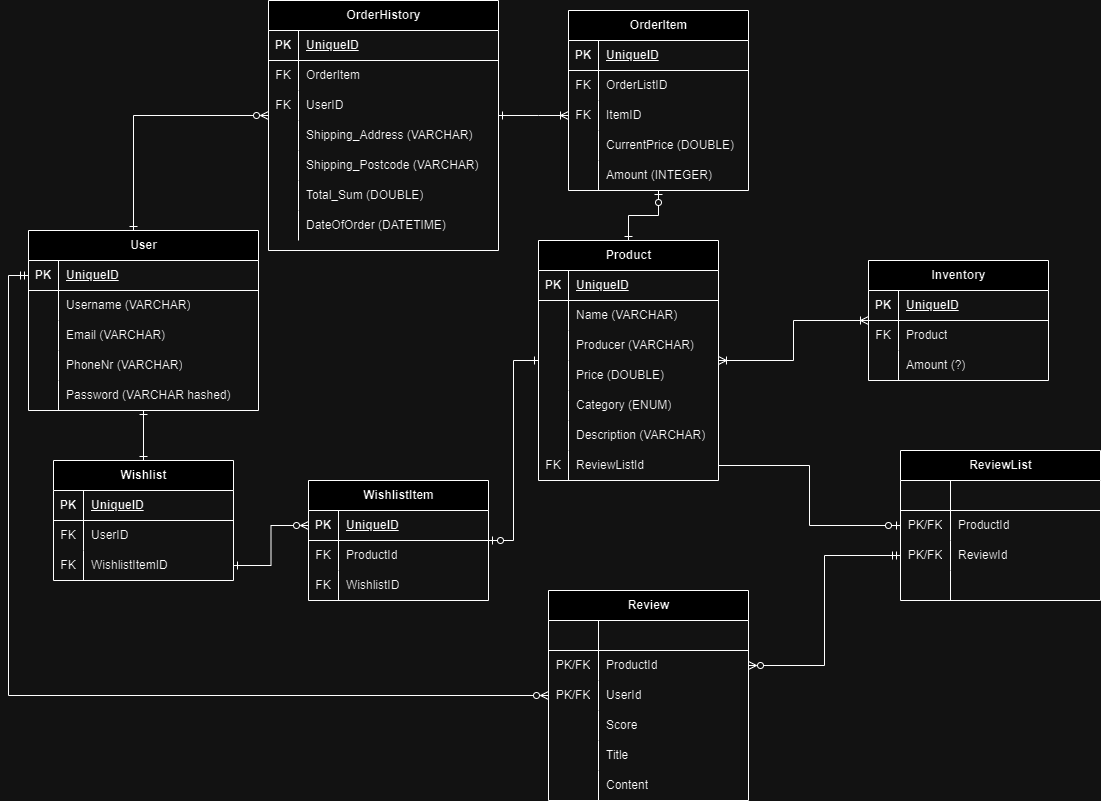
Before: Documentation/ER diagram.png, a diagram exported from draw.io (TheGrevling/Project-Marketplace-Backend). Source tidied: cells renumbered, new cells last; positions are measured from the earlier drawing's top-left corner, leaving out a move shared by most shapes.
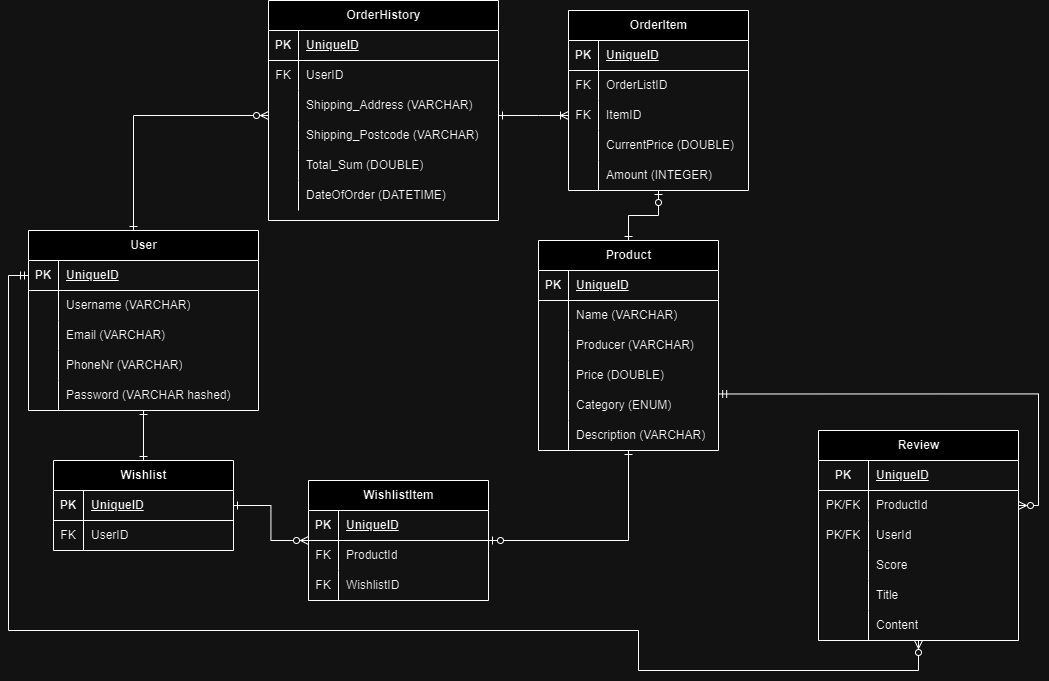
Later version of the same file.

Diff of the diagram source:
```diff
@@ -69,7 +69,7 @@
       </mxGeometry>
     </mxCell>
     <mxCell id="21" value="OrderHistory" style="shape=table;startSize=30;rowLines=0;fontStyle=1;align=center;html=1;" parent="1" vertex="1">
-      <mxGeometry x="240" width="230" height="250" as="geometry" />
+      <mxGeometry x="240" width="230" height="220" as="geometry" />
     </mxCell>
     <mxCell id="22" style="shape=tableRow;horizontal=0;startSize=0;swimlaneHead=0;swimlaneBody=0;fillColor=none;top=0;left=0;right=0;bottom=1;" parent="21" vertex="1">
       <mxGeometry y="30" width="230" height="30" as="geometry" />
@@ -80,17 +80,8 @@
     <mxCell id="24" value="UniqueID" style="shape=partialRectangle;fillColor=none;top=0;left=0;bottom=0;right=0;align=left;spacingLeft=6;fontStyle=5;overflow=hidden;whiteSpace=wrap;html=1;" parent="22" vertex="1">
       <mxGeometry x="30" width="200" height="30" as="geometry" />
     </mxCell>
-    <mxCell id="25" style="shape=tableRow;horizontal=0;startSize=0;swimlaneHead=0;swimlaneBody=0;fillColor=none;top=0;left=0;right=0;bottom=0;" parent="21" vertex="1">
-      <mxGeometry y="60" width="230" height="30" as="geometry" />
-    </mxCell>
-    <mxCell id="26" value="FK" style="shape=partialRectangle;fillColor=none;top=0;left=0;bottom=0;right=0;overflow=hidden;whiteSpace=wrap;html=1;" parent="25" vertex="1">
-      <mxGeometry width="30" height="30" as="geometry" />
-    </mxCell>
-    <mxCell id="27" value="OrderItem" style="shape=partialRectangle;fillColor=none;top=0;left=0;bottom=0;right=0;align=left;spacingLeft=6;overflow=hidden;whiteSpace=wrap;html=1;" parent="25" vertex="1">
-      <mxGeometry x="30" width="200" height="30" as="geometry" />
-    </mxCell>
     <mxCell id="28" style="shape=tableRow;horizontal=0;startSize=0;swimlaneHead=0;swimlaneBody=0;fillColor=none;top=0;left=0;right=0;bottom=0;" parent="21" vertex="1">
-      <mxGeometry y="90" width="230" height="30" as="geometry" />
+      <mxGeometry y="60" width="230" height="30" as="geometry" />
     </mxCell>
     <mxCell id="29" value="FK" style="shape=partialRectangle;fillColor=none;top=0;left=0;bottom=0;right=0;overflow=hidden;whiteSpace=wrap;html=1;" parent="28" vertex="1">
       <mxGeometry width="30" height="30" as="geometry" />
@@ -99,7 +90,7 @@
       <mxGeometry x="30" width="200" height="30" as="geometry" />
     </mxCell>
     <mxCell id="31" style="shape=tableRow;horizontal=0;startSize=0;swimlaneHead=0;swimlaneBody=0;fillColor=none;top=0;left=0;right=0;bottom=0;" parent="21" vertex="1">
-      <mxGeometry y="120" width="230" height="30" as="geometry" />
+      <mxGeometry y="90" width="230" height="30" as="geometry" />
     </mxCell>
     <mxCell id="32" style="shape=partialRectangle;fillColor=none;top=0;left=0;bottom=0;right=0;overflow=hidden;whiteSpace=wrap;html=1;" parent="31" vertex="1">
       <mxGeometry width="30" height="30" as="geometry" />
@@ -108,7 +99,7 @@
       <mxGeometry x="30" width="200" height="30" as="geometry" />
     </mxCell>
     <mxCell id="34" style="shape=tableRow;horizontal=0;startSize=0;swimlaneHead=0;swimlaneBody=0;fillColor=none;top=0;left=0;right=0;bottom=0;" parent="21" vertex="1">
-      <mxGeometry y="150" width="230" height="30" as="geometry" />
+      <mxGeometry y="120" width="230" height="30" as="geometry" />
     </mxCell>
     <mxCell id="35" style="shape=partialRectangle;fillColor=none;top=0;left=0;bottom=0;right=0;overflow=hidden;whiteSpace=wrap;html=1;" parent="34" vertex="1">
       <mxGeometry width="30" height="30" as="geometry" />
@@ -117,7 +108,7 @@
       <mxGeometry x="30" width="200" height="30" as="geometry" />
     </mxCell>
     <mxCell id="37" style="shape=tableRow;horizontal=0;startSize=0;swimlaneHead=0;swimlaneBody=0;fillColor=none;top=0;left=0;right=0;bottom=0;" parent="21" vertex="1">
-      <mxGeometry y="180" width="230" height="30" as="geometry" />
+      <mxGeometry y="150" width="230" height="30" as="geometry" />
     </mxCell>
     <mxCell id="38" style="shape=partialRectangle;fillColor=none;top=0;left=0;bottom=0;right=0;overflow=hidden;whiteSpace=wrap;html=1;" parent="37" vertex="1">
       <mxGeometry width="30" height="30" as="geometry" />
@@ -126,7 +117,7 @@
       <mxGeometry x="30" width="200" height="30" as="geometry" />
     </mxCell>
     <mxCell id="40" style="shape=tableRow;horizontal=0;startSize=0;swimlaneHead=0;swimlaneBody=0;fillColor=none;top=0;left=0;right=0;bottom=0;" parent="21" vertex="1">
-      <mxGeometry y="210" width="230" height="30" as="geometry" />
+      <mxGeometry y="180" width="230" height="30" as="geometry" />
     </mxCell>
     <mxCell id="41" style="shape=partialRectangle;fillColor=none;top=0;left=0;bottom=0;right=0;overflow=hidden;whiteSpace=wrap;html=1;" parent="40" vertex="1">
       <mxGeometry width="30" height="30" as="geometry" />
@@ -138,7 +129,7 @@
       <mxGeometry relative="1" as="geometry" />
     </mxCell>
     <mxCell id="44" value="Product" style="shape=table;startSize=30;rowLines=0;fontStyle=1;align=center;html=1;" parent="1" vertex="1">
-      <mxGeometry x="510" y="240" width="180" height="240" as="geometry" />
+      <mxGeometry x="510" y="240" width="180" height="210" as="geometry" />
     </mxCell>
     <mxCell id="45" style="shape=tableRow;horizontal=0;startSize=0;swimlaneHead=0;swimlaneBody=0;fillColor=none;top=0;left=0;right=0;bottom=1;" parent="44" vertex="1">
       <mxGeometry y="30" width="180" height="30" as="geometry" />
@@ -194,53 +185,14 @@
     <mxCell id="62" value="Description (VARCHAR)" style="shape=partialRectangle;fillColor=none;top=0;left=0;bottom=0;right=0;align=left;spacingLeft=6;overflow=hidden;whiteSpace=wrap;html=1;" parent="60" vertex="1">
       <mxGeometry x="30" width="150" height="30" as="geometry" />
     </mxCell>
-    <mxCell id="63" style="shape=tableRow;horizontal=0;startSize=0;swimlaneHead=0;swimlaneBody=0;fillColor=none;points=[[0,0.5],[1,0.5]];portConstraint=eastwest;top=0;left=0;right=0;bottom=0;" parent="44" vertex="1">
-      <mxGeometry y="210" width="180" height="30" as="geometry" />
-    </mxCell>
-    <mxCell id="64" value="FK" style="shape=partialRectangle;fillColor=none;top=0;left=0;bottom=0;right=0;overflow=hidden;whiteSpace=wrap;html=1;" parent="63" vertex="1">
-      <mxGeometry width="30" height="30" as="geometry" />
-    </mxCell>
-    <mxCell id="65" value="ReviewListId" style="shape=partialRectangle;fillColor=none;top=0;left=0;bottom=0;right=0;align=left;spacingLeft=6;overflow=hidden;whiteSpace=wrap;html=1;" parent="63" vertex="1">
-      <mxGeometry x="30" width="150" height="30" as="geometry" />
-    </mxCell>
-    <mxCell id="66" style="edgeStyle=orthogonalEdgeStyle;rounded=0;jettySize=auto;html=1;startArrow=ERoneToMany;startFill=0;endArrow=ERoneToMany;endFill=0;" parent="1" edge="1" source="67" target="44">
-      <mxGeometry relative="1" as="geometry" />
-    </mxCell>
-    <mxCell id="67" value="Inventory" style="shape=table;startSize=30;rowLines=0;fontStyle=1;align=center;html=1;" parent="1" vertex="1">
-      <mxGeometry x="840" y="260" width="180" height="120" as="geometry" />
-    </mxCell>
-    <mxCell id="68" style="shape=tableRow;horizontal=0;startSize=0;swimlaneHead=0;swimlaneBody=0;fillColor=none;top=0;left=0;right=0;bottom=1;" parent="67" vertex="1">
-      <mxGeometry y="30" width="180" height="30" as="geometry" />
-    </mxCell>
-    <mxCell id="69" value="PK" style="shape=partialRectangle;fillColor=none;top=0;left=0;bottom=0;right=0;fontStyle=1;overflow=hidden;whiteSpace=wrap;html=1;" parent="68" vertex="1">
-      <mxGeometry width="30" height="30" as="geometry" />
-    </mxCell>
-    <mxCell id="70" value="UniqueID" style="shape=partialRectangle;fillColor=none;top=0;left=0;bottom=0;right=0;align=left;spacingLeft=6;fontStyle=5;overflow=hidden;whiteSpace=wrap;html=1;" parent="68" vertex="1">
-      <mxGeometry x="30" width="150" height="30" as="geometry" />
-    </mxCell>
-    <mxCell id="71" style="shape=tableRow;horizontal=0;startSize=0;swimlaneHead=0;swimlaneBody=0;fillColor=none;top=0;left=0;right=0;bottom=0;" parent="67" vertex="1">
-      <mxGeometry y="60" width="180" height="30" as="geometry" />
-    </mxCell>
-    <mxCell id="72" value="FK" style="shape=partialRectangle;fillColor=none;top=0;left=0;bottom=0;right=0;overflow=hidden;whiteSpace=wrap;html=1;" parent="71" vertex="1">
-      <mxGeometry width="30" height="30" as="geometry" />
-    </mxCell>
-    <mxCell id="73" value="Product" style="shape=partialRectangle;fillColor=none;top=0;left=0;bottom=0;right=0;align=left;spacingLeft=6;overflow=hidden;whiteSpace=wrap;html=1;" parent="71" vertex="1">
-      <mxGeometry x="30" width="150" height="30" as="geometry" />
-    </mxCell>
-    <mxCell id="74" style="shape=tableRow;horizontal=0;startSize=0;swimlaneHead=0;swimlaneBody=0;fillColor=none;top=0;left=0;right=0;bottom=0;" parent="67" vertex="1">
-      <mxGeometry y="90" width="180" height="30" as="geometry" />
-    </mxCell>
-    <mxCell id="75" style="shape=partialRectangle;fillColor=none;top=0;left=0;bottom=0;right=0;overflow=hidden;whiteSpace=wrap;html=1;" parent="74" vertex="1">
-      <mxGeometry width="30" height="30" as="geometry" />
-    </mxCell>
-    <mxCell id="76" value="Amount (?)" style="shape=partialRectangle;fillColor=none;top=0;left=0;bottom=0;right=0;align=left;spacingLeft=6;overflow=hidden;whiteSpace=wrap;html=1;" parent="74" vertex="1">
-      <mxGeometry x="30" width="150" height="30" as="geometry" />
-    </mxCell>
-    <mxCell id="77" style="edgeStyle=orthogonalEdgeStyle;rounded=0;jettySize=auto;html=1;startArrow=ERone;startFill=0;endArrow=ERzeroToMany;endFill=0;entryX=0;entryY=0.5;entryDx=0;entryDy=0;exitX=1;exitY=0.5;exitDx=0;exitDy=0;" parent="1" edge="1" source="85" target="90">
+    <mxCell id="77" style="edgeStyle=orthogonalEdgeStyle;rounded=0;jettySize=auto;html=1;startArrow=ERone;startFill=0;endArrow=ERzeroToMany;endFill=0;entryX=0;entryY=0.5;entryDx=0;entryDy=0;exitX=1;exitY=0.5;exitDx=0;exitDy=0;" parent="1" edge="1" source="x" target="90">
       <mxGeometry relative="1" as="geometry" />
     </mxCell>
+    <mxCell id="150" style="edgeStyle=orthogonalEdgeStyle;rounded=0;jettySize=auto;html=1;startArrow=ERone;startFill=0;endArrow=ERzeroToMany;endFill=0;" parent="1" edge="1" source="78" target="89">
+      <mxGeometry relative="1" as="geometry" />
+    </mxCell>
     <mxCell id="78" value="Wishlist" style="shape=table;startSize=30;rowLines=0;fontStyle=1;align=center;html=1;" parent="1" vertex="1">
-      <mxGeometry x="25" y="460" width="180" height="120" as="geometry" />
+      <mxGeometry x="25" y="460" width="180" height="90" as="geometry" />
     </mxCell>
     <mxCell id="79" style="shape=tableRow;horizontal=0;startSize=0;swimlaneHead=0;swimlaneBody=0;fillColor=none;top=0;left=0;right=0;bottom=1;" parent="78" vertex="1">
       <mxGeometry y="30" width="180" height="30" as="geometry" />
@@ -260,15 +212,6 @@
     <mxCell id="84" value="UserID" style="shape=partialRectangle;fillColor=none;top=0;left=0;bottom=0;right=0;align=left;spacingLeft=6;overflow=hidden;whiteSpace=wrap;html=1;" parent="82" vertex="1">
       <mxGeometry x="30" width="150" height="30" as="geometry" />
     </mxCell>
-    <mxCell id="85" style="shape=tableRow;horizontal=0;startSize=0;swimlaneHead=0;swimlaneBody=0;fillColor=none;points=[[0,0.5],[1,0.5]];portConstraint=eastwest;top=0;left=0;right=0;bottom=0;" parent="78" vertex="1">
-      <mxGeometry y="90" width="180" height="30" as="geometry" />
-    </mxCell>
-    <mxCell id="86" value="FK" style="shape=partialRectangle;fillColor=none;top=0;left=0;bottom=0;right=0;overflow=hidden;whiteSpace=wrap;html=1;" parent="85" vertex="1">
-      <mxGeometry width="30" height="30" as="geometry" />
-    </mxCell>
-    <mxCell id="87" value="WishlistItemID" style="shape=partialRectangle;fillColor=none;top=0;left=0;bottom=0;right=0;align=left;spacingLeft=6;overflow=hidden;whiteSpace=wrap;html=1;" parent="85" vertex="1">
-      <mxGeometry x="30" width="150" height="30" as="geometry" />
-    </mxCell>
     <mxCell id="88" style="edgeStyle=orthogonalEdgeStyle;rounded=0;jettySize=auto;html=1;startArrow=ERzeroToOne;startFill=0;endArrow=ERone;endFill=0;" parent="1" edge="1" source="89" target="44">
       <mxGeometry relative="1" as="geometry" />
     </mxCell>
@@ -350,58 +293,16 @@
     <mxCell id="114" value="Amount (INTEGER)" style="shape=partialRectangle;fillColor=none;top=0;left=0;bottom=0;right=0;align=left;spacingLeft=6;overflow=hidden;whiteSpace=wrap;html=1;" parent="112" vertex="1">
       <mxGeometry x="30" width="150" height="30" as="geometry" />
     </mxCell>
-    <mxCell id="115" value="ReviewList" style="shape=table;startSize=30;rowLines=0;fontStyle=1;align=center;html=1;" parent="1" vertex="1">
-      <mxGeometry x="872" y="450" width="200" height="150" as="geometry" />
-    </mxCell>
-    <mxCell id="116" style="shape=tableRow;horizontal=0;startSize=0;swimlaneHead=0;swimlaneBody=0;fillColor=none;top=0;left=0;right=0;bottom=1;" parent="115" vertex="1">
-      <mxGeometry y="30" width="200" height="30" as="geometry" />
-    </mxCell>
-    <mxCell id="117" style="shape=partialRectangle;fillColor=none;top=0;left=0;bottom=0;right=0;fontStyle=1;overflow=hidden;whiteSpace=wrap;html=1;" parent="116" vertex="1">
-      <mxGeometry width="50" height="30" as="geometry" />
-    </mxCell>
-    <mxCell id="118" style="shape=partialRectangle;fillColor=none;top=0;left=0;bottom=0;right=0;align=left;spacingLeft=6;fontStyle=5;overflow=hidden;whiteSpace=wrap;html=1;" parent="116" vertex="1">
-      <mxGeometry x="50" width="150" height="30" as="geometry" />
-    </mxCell>
-    <mxCell id="119" style="shape=tableRow;horizontal=0;startSize=0;swimlaneHead=0;swimlaneBody=0;fillColor=none;points=[[0,0.5],[1,0.5]];portConstraint=eastwest;top=0;left=0;right=0;bottom=0;" parent="115" vertex="1">
-      <mxGeometry y="60" width="200" height="30" as="geometry" />
-    </mxCell>
-    <mxCell id="120" value="PK/FK" style="shape=partialRectangle;fillColor=none;top=0;left=0;bottom=0;right=0;overflow=hidden;whiteSpace=wrap;html=1;" parent="119" vertex="1">
-      <mxGeometry width="50" height="30" as="geometry" />
-    </mxCell>
-    <mxCell id="121" value="ProductId" style="shape=partialRectangle;fillColor=none;top=0;left=0;bottom=0;right=0;align=left;spacingLeft=6;overflow=hidden;whiteSpace=wrap;html=1;" parent="119" vertex="1">
-      <mxGeometry x="50" width="150" height="30" as="geometry" />
-    </mxCell>
-    <mxCell id="122" style="shape=tableRow;horizontal=0;startSize=0;swimlaneHead=0;swimlaneBody=0;fillColor=none;points=[[0,0.5],[1,0.5]];portConstraint=eastwest;top=0;left=0;right=0;bottom=0;" parent="115" vertex="1">
-      <mxGeometry y="90" width="200" height="30" as="geometry" />
-    </mxCell>
-    <mxCell id="123" value="PK/FK" style="shape=partialRectangle;fillColor=none;top=0;left=0;bottom=0;right=0;overflow=hidden;whiteSpace=wrap;html=1;" parent="122" vertex="1">
-      <mxGeometry width="50" height="30" as="geometry" />
-    </mxCell>
-    <mxCell id="124" value="ReviewId" style="shape=partialRectangle;fillColor=none;top=0;left=0;bottom=0;right=0;align=left;spacingLeft=6;overflow=hidden;whiteSpace=wrap;html=1;" parent="122" vertex="1">
-      <mxGeometry x="50" width="150" height="30" as="geometry" />
-    </mxCell>
-    <mxCell id="125" style="shape=tableRow;horizontal=0;startSize=0;swimlaneHead=0;swimlaneBody=0;fillColor=none;top=0;left=0;right=0;bottom=0;" parent="115" vertex="1">
-      <mxGeometry y="120" width="200" height="30" as="geometry" />
-    </mxCell>
-    <mxCell id="126" style="shape=partialRectangle;fillColor=none;top=0;left=0;bottom=0;right=0;overflow=hidden;whiteSpace=wrap;html=1;" parent="125" vertex="1">
-      <mxGeometry width="50" height="30" as="geometry" />
-    </mxCell>
-    <mxCell id="127" style="shape=partialRectangle;fillColor=none;top=0;left=0;bottom=0;right=0;align=left;spacingLeft=6;overflow=hidden;whiteSpace=wrap;html=1;" parent="125" vertex="1">
-      <mxGeometry x="50" width="150" height="30" as="geometry" />
-    </mxCell>
-    <mxCell id="128" style="edgeStyle=orthogonalEdgeStyle;rounded=0;jettySize=auto;html=1;entryX=0;entryY=0.5;entryDx=0;entryDy=0;endArrow=ERzeroToOne;endFill=0;" parent="1" edge="1" source="63" target="119">
-      <mxGeometry relative="1" as="geometry" />
-    </mxCell>
     <mxCell id="129" value="Review" style="shape=table;startSize=30;rowLines=0;fontStyle=1;align=center;html=1;" parent="1" vertex="1">
-      <mxGeometry x="520" y="590" width="200" height="210" as="geometry" />
+      <mxGeometry x="790" y="430" width="200" height="210" as="geometry" />
     </mxCell>
     <mxCell id="130" style="shape=tableRow;horizontal=0;startSize=0;swimlaneHead=0;swimlaneBody=0;fillColor=none;top=0;left=0;right=0;bottom=1;" parent="129" vertex="1">
       <mxGeometry y="30" width="200" height="30" as="geometry" />
     </mxCell>
-    <mxCell id="131" style="shape=partialRectangle;fillColor=none;top=0;left=0;bottom=0;right=0;fontStyle=1;overflow=hidden;whiteSpace=wrap;html=1;" parent="130" vertex="1">
+    <mxCell id="131" value="PK" style="shape=partialRectangle;fillColor=none;top=0;left=0;bottom=0;right=0;fontStyle=1;overflow=hidden;whiteSpace=wrap;html=1;" parent="130" vertex="1">
       <mxGeometry width="50" height="30" as="geometry" />
     </mxCell>
-    <mxCell id="132" style="shape=partialRectangle;fillColor=none;top=0;left=0;bottom=0;right=0;align=left;spacingLeft=6;fontStyle=5;overflow=hidden;whiteSpace=wrap;html=1;" parent="130" vertex="1">
+    <mxCell id="132" value="UniqueID" style="shape=partialRectangle;fillColor=none;top=0;left=0;bottom=0;right=0;align=left;spacingLeft=6;fontStyle=5;overflow=hidden;whiteSpace=wrap;html=1;" parent="130" vertex="1">
       <mxGeometry x="50" width="150" height="30" as="geometry" />
     </mxCell>
     <mxCell id="133" style="shape=tableRow;horizontal=0;startSize=0;swimlaneHead=0;swimlaneBody=0;fillColor=none;points=[[0,0.5],[1,0.5]];portConstraint=eastwest;top=0;left=0;right=0;bottom=0;" parent="129" vertex="1">
@@ -449,11 +350,19 @@
     <mxCell id="147" value="Content" style="shape=partialRectangle;fillColor=none;top=0;left=0;bottom=0;right=0;align=left;spacingLeft=6;overflow=hidden;whiteSpace=wrap;html=1;" parent="145" vertex="1">
       <mxGeometry x="50" width="150" height="30" as="geometry" />
     </mxCell>
-    <mxCell id="148" style="edgeStyle=orthogonalEdgeStyle;rounded=0;jettySize=auto;html=1;entryX=1;entryY=0.5;entryDx=0;entryDy=0;endArrow=ERzeroToMany;endFill=0;startArrow=ERmandOne;startFill=0;" parent="1" edge="1" source="122" target="133">
+    <mxCell id="148" style="edgeStyle=orthogonalEdgeStyle;rounded=0;jettySize=auto;html=1;entryX=1;entryY=0.5;entryDx=0;entryDy=0;endArrow=ERzeroToMany;endFill=0;startArrow=ERmandOne;startFill=0;exitX=1.001;exitY=0.116;exitDx=0;exitDy=0;exitPerimeter=0;" parent="1" edge="1" source="57" target="133">
       <mxGeometry relative="1" as="geometry" />
     </mxCell>
-    <mxCell id="149" style="edgeStyle=orthogonalEdgeStyle;rounded=0;jettySize=auto;html=1;entryX=0;entryY=0.5;entryDx=0;entryDy=0;endArrow=ERmandOne;endFill=0;startArrow=ERzeroToMany;startFill=0;" parent="1" edge="1" source="136" target="5">
-      <mxGeometry relative="1" as="geometry" />
+    <mxCell id="149" style="edgeStyle=orthogonalEdgeStyle;rounded=0;jettySize=auto;html=1;entryX=0;entryY=0.5;entryDx=0;entryDy=0;endArrow=ERmandOne;endFill=0;startArrow=ERzeroToMany;startFill=0;" parent="1" edge="1" source="145" target="5">
+      <mxGeometry relative="1" as="geometry">
+        <Array as="points">
+          <mxPoint x="890" y="670" />
+          <mxPoint x="610" y="670" />
+          <mxPoint x="610" y="630" />
+          <mxPoint x="-20" y="630" />
+          <mxPoint x="-20" y="275" />
+        </Array>
+      </mxGeometry>
     </mxCell>
   </root>
 </mxGraphModel>
```
